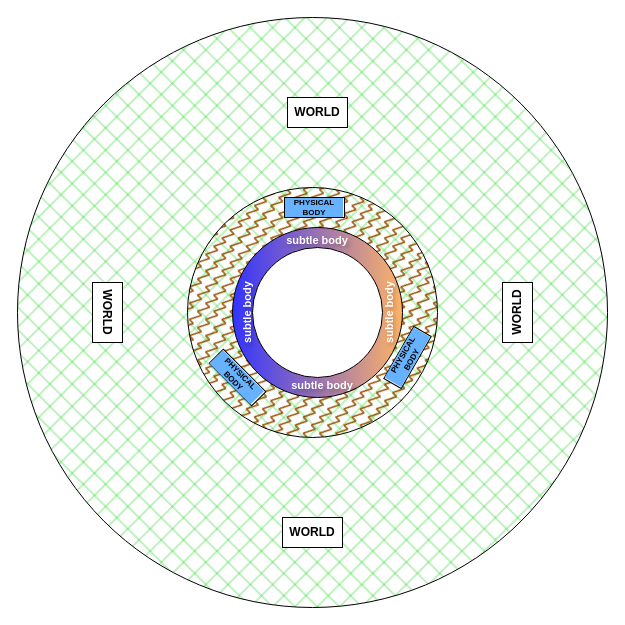
This is adhyatma-upanishad.drawio from appsparkler/draw.io, a draw.io file, before an edit. Source tidied: cells renumbered, new cells numbered last; positions are measured from the earlier drawing's top-left corner, leaving out a move shared by most shapes. Both pictures are drawn from the tidied source at 100%, with x=0, y=0 at pixel (17, 17).
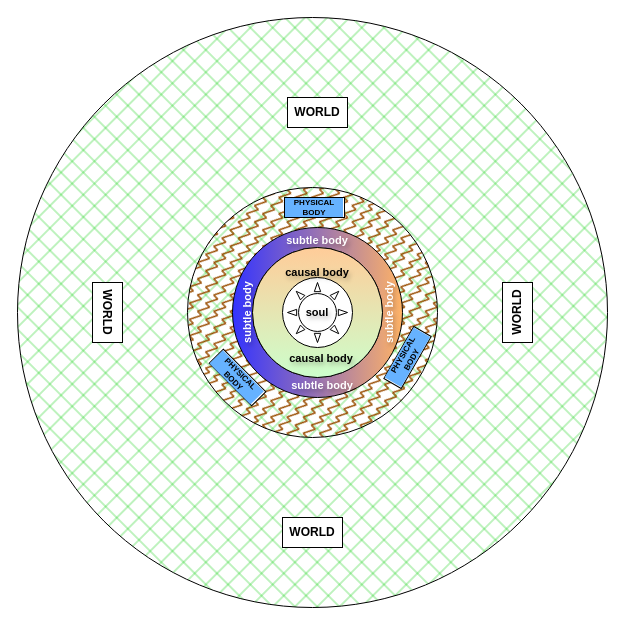
After the change.

Change to the diagram source:
```diff
@@
+    <mxCell id="17" style="ellipse;whiteSpace=wrap;html=1;labelBackgroundColor=none;gradientColor=#FFCC99;fillColor=#CCFFCC;gradientDirection=north;" parent="1" vertex="1">
+      <mxGeometry x="235" y="230" width="130" height="130" as="geometry" />
+    </mxCell>
+    <mxCell id="18" style="ellipse;whiteSpace=wrap;html=1;" parent="1" vertex="1">
+      <mxGeometry x="265" y="260" width="70" height="70" as="geometry" />
+    </mxCell>
+    <mxCell id="19" style="verticalLabelPosition=bottom;verticalAlign=top;html=1;shape=mxgraph.basic.sun;" parent="1" vertex="1">
+      <mxGeometry x="270" y="265" width="60" height="60" as="geometry" />
+    </mxCell>
+    <mxCell id="20" value="causal body" style="text;html=1;whiteSpace=wrap;strokeColor=none;fillColor=none;align=center;verticalAlign=middle;rounded=0;fontSize=11;fontStyle=1;rotation=0;fontColor=light-dark(#000000,#000000);labelBorderColor=none;textShadow=1;" parent="1" vertex="1">
+      <mxGeometry x="264" y="331" width="80" height="20" as="geometry" />
+    </mxCell>
+    <mxCell id="21" value="causal body" style="text;html=1;whiteSpace=wrap;strokeColor=none;fillColor=none;align=center;verticalAlign=middle;rounded=0;fontSize=11;fontStyle=1;rotation=0;fontColor=light-dark(#000000,#000000);labelBorderColor=none;textShadow=1;" parent="1" vertex="1">
+      <mxGeometry x="260" y="245" width="80" height="20" as="geometry" />
+    </mxCell>
+    <mxCell id="22" value="soul" style="text;html=1;whiteSpace=wrap;strokeColor=none;fillColor=none;align=center;verticalAlign=middle;rounded=0;fontSize=11;fontStyle=1;rotation=0;fontColor=light-dark(#000000,#000000);labelBorderColor=none;textShadow=1;" parent="1" vertex="1">
+      <mxGeometry x="285" y="285" width="30" height="20" as="geometry" />
+    </mxCell>
```
